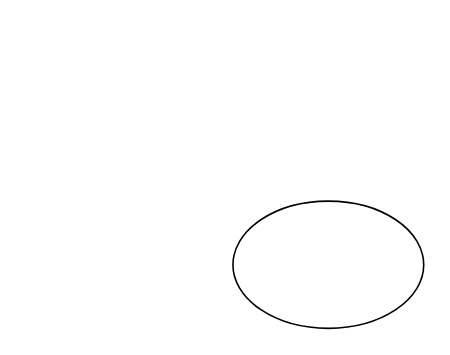
fengjutian/draw_io_file keeps this draw.io diagram as Untitled Diagram.drawio. Above is the earlier version. Source tidied: cells renumbered, new cells numbered last; positions are measured from the earlier drawing's top-left corner, leaving out a move shared by most shapes. Both pictures are drawn from the tidied source at 159%, with x=0, y=0 at pixel (232, 200).
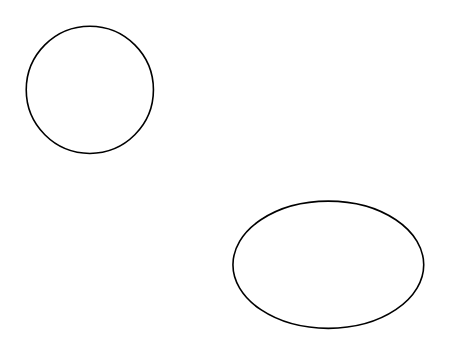
The same diagram, later.

What changed in the source:
```diff
@@
 <mxGraphModel>
   <root>
     <mxCell id="0" />
     <mxCell id="1" parent="0" />
     <mxCell id="2" style="ellipse;whiteSpace=wrap;html=1;" parent="1" vertex="1">
       <mxGeometry width="120" height="80" as="geometry" />
     </mxCell>
+    <mxCell id="3" style="ellipse;whiteSpace=wrap;html=1;" parent="1" vertex="1">
+      <mxGeometry x="-130" y="-110" width="80" height="80" as="geometry" />
+    </mxCell>
   </root>
 </mxGraphModel>
```
